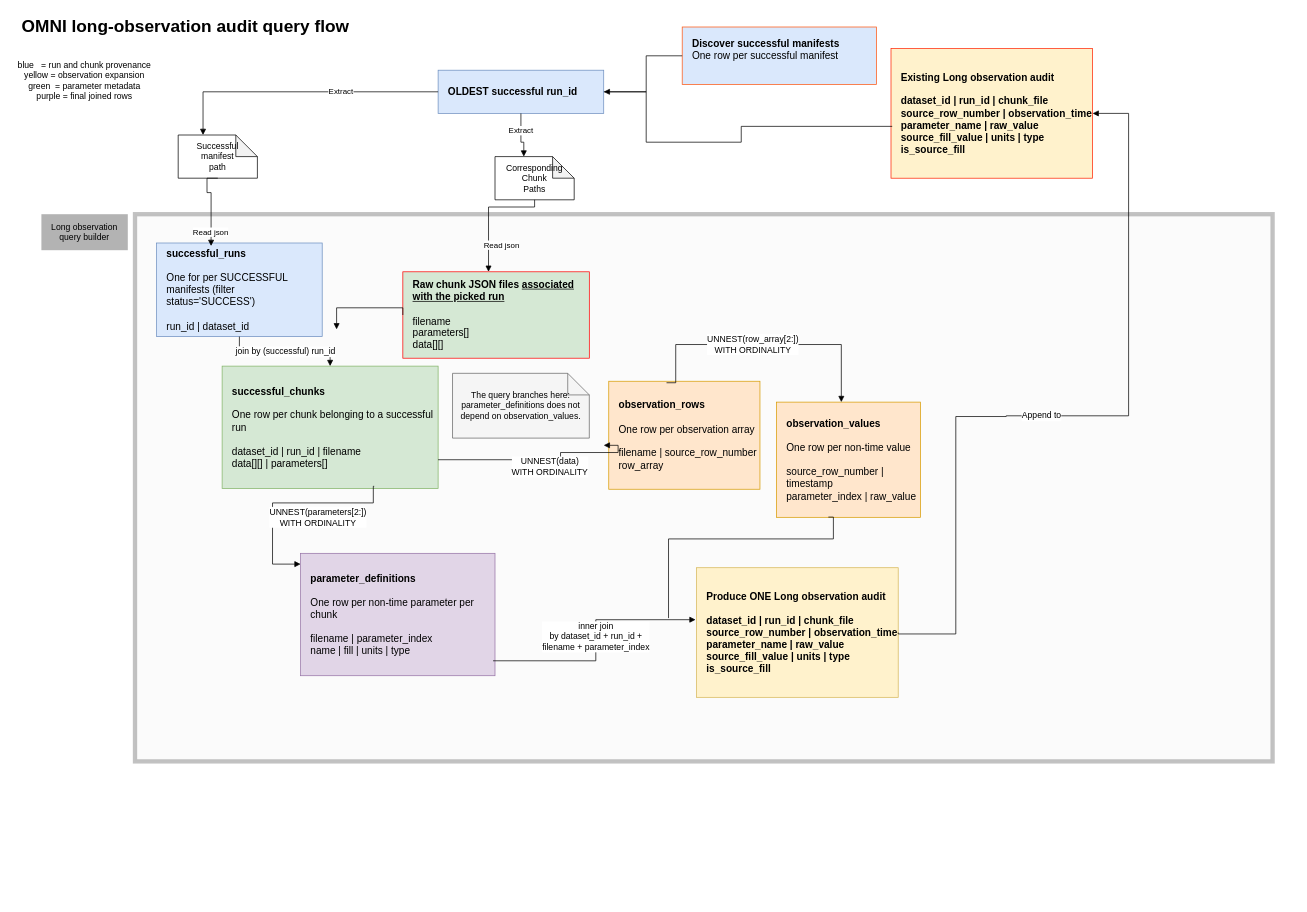
Above: page "Incremental flow" (5 of 8) of specs/omni-preproc.drawio in keithzyyy/space-weather-project (draw.io), before the change. Source tidied: cells renumbered, new cells numbered last; positions are measured from the earlier drawing's top-left corner, leaving out a move shared by most shapes. Both pictures are drawn from the tidied source at 72%, with x=0, y=0 at pixel (12, 12).
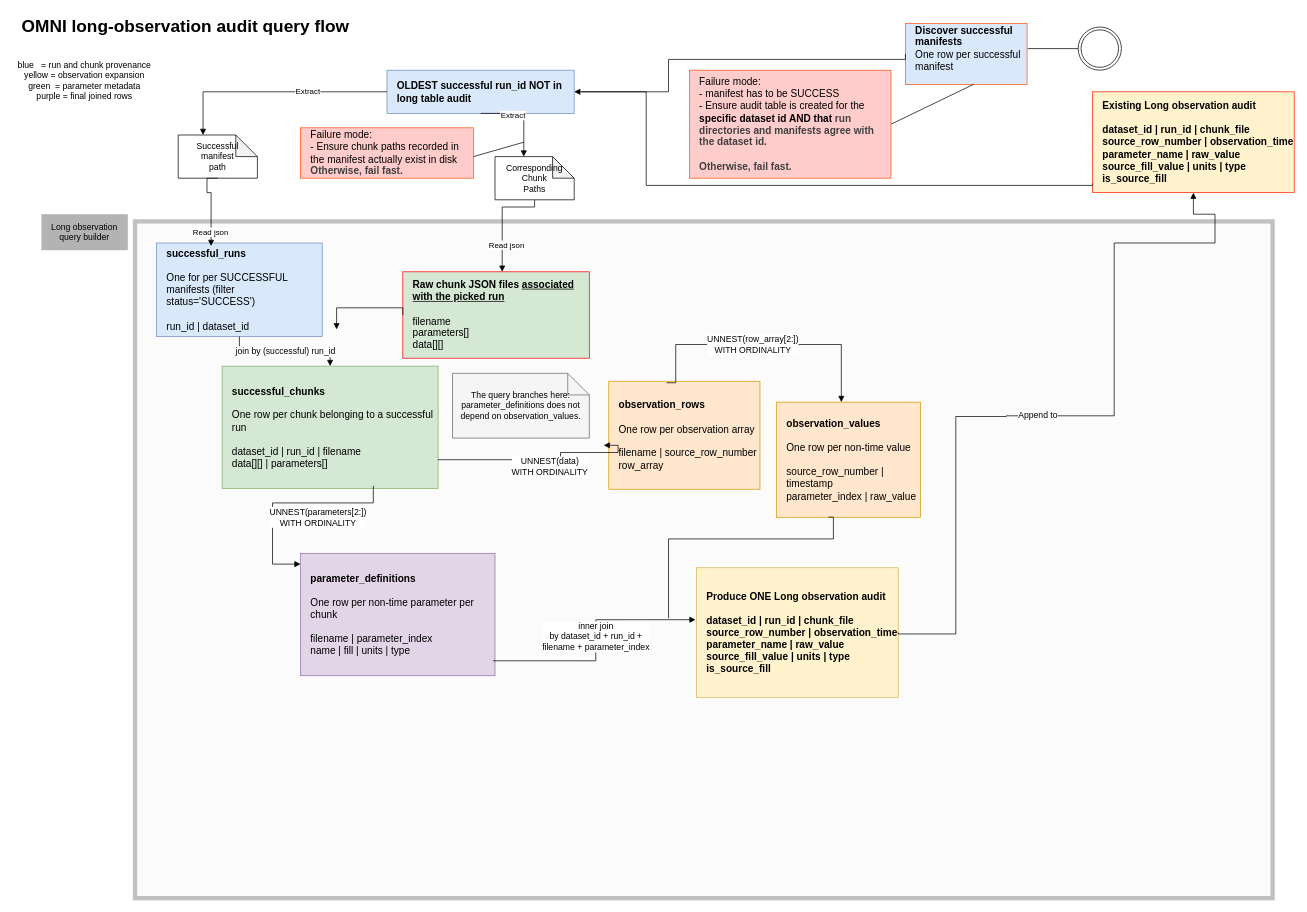
The same diagram, later.

Commit message (it also covers changes not shown here):
feat: add logic to validate dataset id as well as a complete high level diagrammatic flow of omni audit preproc

Unchanged cells that the change refers to:
```xml
<mxCell id="5" value="&lt;b&gt;Raw chunk JSON files &lt;u&gt;associated with the picked run&lt;/u&gt;&lt;/b&gt;&lt;br&gt;&lt;br&gt;filename&lt;br&gt;parameters[]&lt;br&gt;data[][]" style="rounded=0;whiteSpace=wrap;html=1;fillColor=#D5E8D4;strokeColor=#FF0000;align=left;spacingLeft=12;fontSize=14;" parent="1" vertex="1">
  <mxGeometry x="542" y="360" width="259" height="120" as="geometry" />
</mxCell>
<mxCell id="33" value="Corresponding&lt;div&gt;Chunk&lt;/div&gt;&lt;div&gt;Paths&lt;/div&gt;" style="shape=note;whiteSpace=wrap;html=1;backgroundOutline=1;darkOpacity=0.05;" parent="1" vertex="1">
  <mxGeometry x="670" y="200" width="110" height="60" as="geometry" />
</mxCell>
```

The edit, as a diff of the source:
```diff
@@
     <mxCell id="2" style="rounded=0;whiteSpace=wrap;html=1;opacity=40;strokeWidth=6;fillColor=#f5f5f5;fontColor=#333333;strokeColor=#666666;" parent="1" vertex="1">
-      <mxGeometry x="170" y="280" width="1580" height="760" as="geometry" />
+      <mxGeometry x="170" y="290" width="1580" height="940" as="geometry" />
     </mxCell>
@@
     <mxCell id="4" value="&lt;b&gt;Discover successful manifests&lt;/b&gt;&lt;div&gt;One row per successful manifest&lt;/div&gt;&lt;div&gt;&lt;br&gt;&lt;/div&gt;" style="rounded=0;whiteSpace=wrap;html=1;fillColor=#DAE8FC;strokeColor=#FF550F;align=left;spacingLeft=12;fontSize=14;shadow=0;" parent="1" vertex="1">
-      <mxGeometry x="930" y="20" width="270" height="80" as="geometry" />
+      <mxGeometry x="1240" y="15" width="169" height="85" as="geometry" />
     </mxCell>
@@
-    <mxCell id="12" style="edgeStyle=orthogonalEdgeStyle;rounded=0;jettySize=auto;html=1;endArrow=;endFill=1;fontSize=12;exitX=0;exitY=0.5;exitDx=0;exitDy=0;" parent="1" edge="1" source="4">
-      <mxGeometry relative="1" as="geometry">
-        <mxPoint x="770" y="110" as="targetPoint" />
-        <Array as="points">
-          <mxPoint x="880" y="60" />
-          <mxPoint x="880" y="110" />
-        </Array>
-      </mxGeometry>
-    </mxCell>
@@
-    <mxCell id="22" value="Append to" style="edgeStyle=orthogonalEdgeStyle;rounded=0;jettySize=auto;html=1;endArrow=block;endFill=1;fontSize=12;entryX=1;entryY=0.5;entryDx=0;entryDy=0;" parent="1" edge="1" target="23">
+    <mxCell id="22" value="Append to" style="edgeStyle=orthogonalEdgeStyle;rounded=0;jettySize=auto;html=1;endArrow=block;endFill=1;fontSize=12;entryX=0.5;entryY=1;entryDx=0;entryDy=0;" parent="1" edge="1" target="23">
       <mxGeometry x="-0.08" relative="1" as="geometry">
         <mxPoint x="1230" y="861" as="sourcePoint" />
         <Array as="points">
           <mxPoint x="1230" y="863" />
           <mxPoint x="1310" y="863" />
           <mxPoint x="1310" y="561" />
           <mxPoint x="1380" y="561" />
           <mxPoint x="1380" y="560" />
-          <mxPoint x="1550" y="560" />
-          <mxPoint x="1550" y="140" />
+          <mxPoint x="1530" y="560" />
+          <mxPoint x="1530" y="320" />
+          <mxPoint x="1670" y="320" />
+          <mxPoint x="1670" y="280" />
+          <mxPoint x="1640" y="280" />
         </Array>
       </mxGeometry>
     </mxCell>
     <mxCell id="23" value="&lt;b&gt;Existing Long observation audit&lt;/b&gt;&lt;br&gt;&lt;br&gt;dataset_id | run_id | chunk_file&lt;br&gt;source_row_number | observation_time&lt;br&gt;parameter_name | raw_value&lt;br&gt;source_fill_value | units | type&lt;br&gt;is_source_fill" style="rounded=0;whiteSpace=wrap;html=1;fillColor=#FFF2CC;strokeColor=#FF2200;align=left;spacingLeft=12;fontSize=14;fontStyle=1;" parent="1" vertex="1">
-      <mxGeometry x="1220" y="50" width="280" height="180" as="geometry" />
+      <mxGeometry x="1500" y="110" width="280" height="140" as="geometry" />
     </mxCell>
-    <mxCell id="24" style="edgeStyle=orthogonalEdgeStyle;rounded=0;jettySize=auto;html=1;endArrow=block;endFill=1;fontSize=12;exitX=0.006;exitY=0.6;exitDx=0;exitDy=0;exitPerimeter=0;entryX=1;entryY=0.5;entryDx=0;entryDy=0;" parent="1" edge="1" source="23" target="25">
+    <mxCell id="24" style="edgeStyle=orthogonalEdgeStyle;rounded=0;jettySize=auto;html=1;endArrow=block;endFill=1;fontSize=12;entryX=1;entryY=0.5;entryDx=0;entryDy=0;exitX=0;exitY=0.909;exitDx=0;exitDy=0;exitPerimeter=0;" parent="1" edge="1" source="23" target="25">
       <mxGeometry relative="1" as="geometry">
         <Array as="points">
-          <mxPoint x="1012" y="158" />
-          <mxPoint x="1012" y="180" />
-          <mxPoint x="880" y="180" />
+          <mxPoint x="880" y="240" />
           <mxPoint x="880" y="110" />
         </Array>
       </mxGeometry>
     </mxCell>
-    <mxCell id="25" value="&lt;b&gt;OLDEST successful run_id&lt;/b&gt;" style="rounded=0;whiteSpace=wrap;html=1;fillColor=#DAE8FC;strokeColor=#6C8EBF;align=left;spacingLeft=12;fontSize=14;" parent="1" vertex="1">
-      <mxGeometry x="591" y="80" width="230" height="60" as="geometry" />
+    <mxCell id="25" value="&lt;b&gt;OLDEST successful run_id NOT in long table audit&lt;/b&gt;" style="rounded=0;whiteSpace=wrap;html=1;fillColor=#DAE8FC;strokeColor=#6C8EBF;align=left;spacingLeft=12;fontSize=14;" parent="1" vertex="1">
+      <mxGeometry x="520" y="80" width="260" height="60" as="geometry" />
     </mxCell>
@@
     <mxCell id="31" style="edgeStyle=orthogonalEdgeStyle;rounded=0;jettySize=auto;html=1;endArrow=block;endFill=1;fontSize=12;exitX=0.5;exitY=1;exitDx=0;exitDy=0;entryX=0;entryY=0;entryDx=40;entryDy=0;entryPerimeter=0;" parent="1" edge="1" source="25" target="33">
       <mxGeometry relative="1" as="geometry">
         <Array as="points">
-          <mxPoint x="706" y="180" />
-          <mxPoint x="710" y="180" />
+          <mxPoint x="710" y="140" />
         </Array>
       </mxGeometry>
     </mxCell>
@@
     <mxCell id="34" style="edgeStyle=orthogonalEdgeStyle;rounded=0;jettySize=auto;html=1;endArrow=block;endFill=1;fontSize=12;exitX=0.5;exitY=1;exitDx=0;exitDy=0;exitPerimeter=0;" parent="1" edge="1" source="33" target="5">
       <mxGeometry relative="1" as="geometry">
         <Array as="points">
           <mxPoint x="725" y="270" />
-          <mxPoint x="661" y="270" />
+          <mxPoint x="680" y="270" />
         </Array>
       </mxGeometry>
     </mxCell>
@@
+    <mxCell id="37" style="ellipse;shape=doubleEllipse;html=1;dashed=0;whiteSpace=wrap;" parent="1" vertex="1">
+      <mxGeometry x="1480" y="20" width="60" height="60" as="geometry" />
+    </mxCell>
+    <mxCell id="38" style="edgeStyle=orthogonalEdgeStyle;rounded=0;jettySize=auto;html=1;endArrow=;endFill=1;fontSize=12;exitX=0;exitY=0.5;exitDx=0;exitDy=0;" parent="1" edge="1" source="4">
+      <mxGeometry relative="1" as="geometry">
+        <mxPoint x="790" y="110" as="targetPoint" />
+        <Array as="points">
+          <mxPoint x="1240" y="65" />
+          <mxPoint x="911" y="65" />
+          <mxPoint x="911" y="110" />
+        </Array>
+      </mxGeometry>
+    </mxCell>
+    <mxCell id="39" style="rounded=0;jettySize=auto;html=1;endArrow=;endFill=1;fontSize=12;entryX=1;entryY=0.5;entryDx=0;entryDy=0;exitX=0.561;exitY=0.996;exitDx=0;exitDy=0;exitPerimeter=0;" parent="1" edge="1" source="4" target="41">
+      <mxGeometry relative="1" as="geometry" />
+    </mxCell>
+    <mxCell id="40" style="rounded=0;jettySize=auto;html=1;endArrow=;endFill=1;fontSize=12;exitX=0;exitY=0.5;exitDx=0;exitDy=0;" parent="1" edge="1" source="37">
+      <mxGeometry relative="1" as="geometry">
+        <mxPoint x="1410" y="50" as="targetPoint" />
+      </mxGeometry>
+    </mxCell>
+    <mxCell id="41" value="Failure mode:&lt;div&gt;&lt;font color=&quot;#000000&quot;&gt;- manifest has to be SUCCESS&lt;br&gt;&lt;/font&gt;&lt;div&gt;- Ensure audit table is created for the &lt;b&gt;specific dataset&lt;/b&gt; &lt;b&gt;id AND that&amp;nbsp;&lt;/b&gt;&lt;b style=&quot;color: rgb(63, 63, 63); background-color: transparent;&quot;&gt;run directories and manifests agree with the dataset id.&lt;/b&gt;&lt;/div&gt;&lt;div&gt;&lt;b style=&quot;color: rgb(63, 63, 63); background-color: transparent;&quot;&gt;&lt;br&gt;&lt;/b&gt;&lt;/div&gt;&lt;div&gt;&lt;b style=&quot;color: rgb(63, 63, 63); background-color: transparent;&quot;&gt;Otherwise, fail fast.&lt;/b&gt;&lt;/div&gt;&lt;/div&gt;" style="rounded=0;whiteSpace=wrap;html=1;fillColor=#FFCCCC;strokeColor=#FF550F;align=left;spacingLeft=12;fontSize=14;shadow=0;" parent="1" vertex="1">
+      <mxGeometry x="940" y="80" width="280" height="150" as="geometry" />
+    </mxCell>
+    <mxCell id="42" value="Failure mode:&lt;br&gt;&lt;div&gt;- Ensure chunk paths recorded in the manifest actually exist in disk&lt;/div&gt;&lt;div&gt;&lt;b style=&quot;color: rgb(63, 63, 63); background-color: transparent;&quot;&gt;Otherwise, fail fast.&lt;/b&gt;&lt;/div&gt;" style="rounded=0;whiteSpace=wrap;html=1;fillColor=#FFCCCC;strokeColor=#FF550F;align=left;spacingLeft=12;fontSize=14;shadow=0;" parent="1" vertex="1">
+      <mxGeometry x="400" y="160" width="240" height="70" as="geometry" />
+    </mxCell>
+    <mxCell id="43" style="rounded=0;orthogonalLoop=1;jettySize=auto;html=1;endArrow=;endFill=1;fontSize=12;entryX=1;entryY=0.5;entryDx=0;entryDy=0;" parent="1" edge="1">
+      <mxGeometry relative="1" as="geometry">
+        <mxPoint x="710" y="180" as="sourcePoint" />
+        <mxPoint x="640" y="200" as="targetPoint" />
+      </mxGeometry>
+    </mxCell>
```
